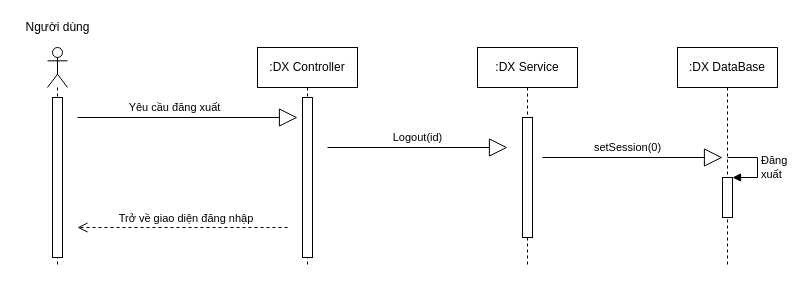
This is U14 New.drawio from haihak/haihak, a draw.io file, before an edit. Source tidied: cells renumbered, new cells numbered last; positions are measured from the earlier drawing's top-left corner, leaving out a move shared by most shapes. Both pictures are drawn from the tidied source at 100%, with x=0, y=0 at pixel (17, 17).
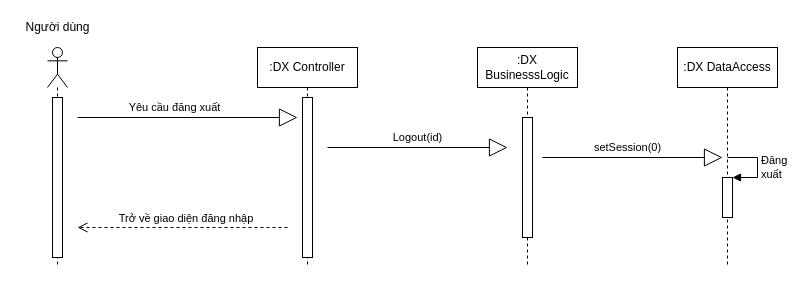
Above is the later version.

The edit, as a diff of the source:
```diff
@@
-    <mxCell id="7" value=":DX Service" style="shape=umlLifeline;perimeter=lifelinePerimeter;whiteSpace=wrap;html=1;" parent="1" vertex="1">
+    <mxCell id="7" value=":DX BusinesssLogic" style="shape=umlLifeline;perimeter=lifelinePerimeter;whiteSpace=wrap;html=1;" parent="1" vertex="1">
       <mxGeometry x="460" y="30" width="100" height="220" as="geometry" />
     </mxCell>
@@
-    <mxCell id="9" value=":DX DataBase" style="shape=umlLifeline;perimeter=lifelinePerimeter;whiteSpace=wrap;html=1;" parent="1" vertex="1">
+    <mxCell id="9" value=":DX DataAccess" style="shape=umlLifeline;perimeter=lifelinePerimeter;whiteSpace=wrap;html=1;" parent="1" vertex="1">
       <mxGeometry x="660" y="30" width="100" height="220" as="geometry" />
     </mxCell>
```
